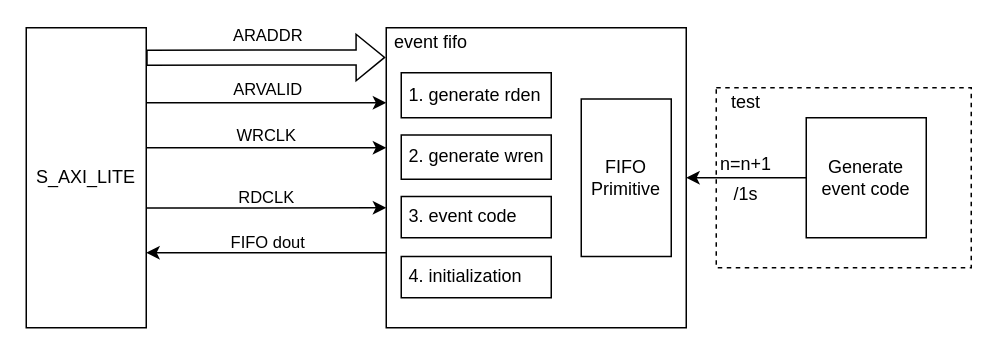
The draw.io diagram Untitled Diagram1.drawio in gitzhangzhao/Draw.io, before the edit. Source tidied: cells renumbered, new cells numbered last; positions are measured from the earlier drawing's top-left corner, leaving out a move shared by most shapes. Both pictures are drawn from the tidied source at 150%, with x=0, y=0 at pixel (26, 27).
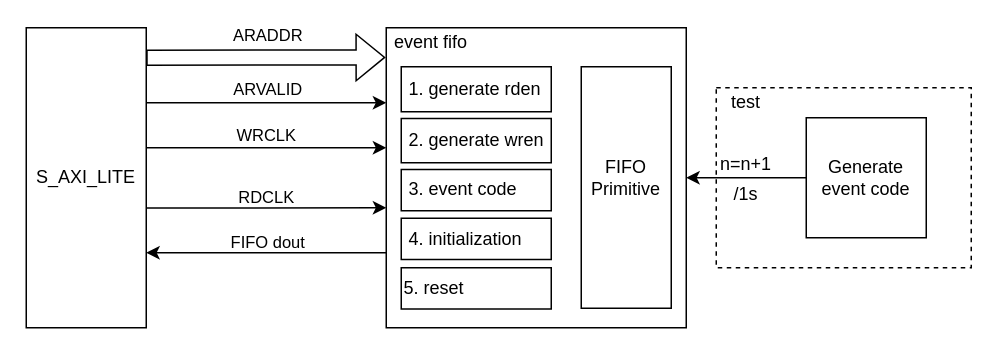
After the change.

Change to the diagram source:
```diff
@@
     <mxCell id="18" style="rounded=0;whiteSpace=wrap;html=1;fillColor=none;" parent="1" vertex="1">
-      <mxGeometry x="370" y="47.5" width="60" height="105" as="geometry" />
+      <mxGeometry x="370" y="26" width="60" height="161" as="geometry" />
     </mxCell>
@@
     <mxCell id="20" value="&amp;nbsp;1. generate rden" style="rounded=0;whiteSpace=wrap;html=1;fillColor=none;align=left;" parent="1" vertex="1">
-      <mxGeometry x="250" y="30" width="100" height="30" as="geometry" />
+      <mxGeometry x="250" y="26" width="100" height="30" as="geometry" />
     </mxCell>
     <mxCell id="21" value="&amp;nbsp;2. generate wren" style="rounded=0;whiteSpace=wrap;html=1;fillColor=none;align=left;" parent="1" vertex="1">
-      <mxGeometry x="250" y="71.5" width="100" height="29.5" as="geometry" />
+      <mxGeometry x="250" y="60.5" width="100" height="29.5" as="geometry" />
     </mxCell>
@@
     <mxCell id="24" value="&amp;nbsp;3. event code" style="rounded=0;whiteSpace=wrap;html=1;fillColor=none;align=left;" parent="1" vertex="1">
-      <mxGeometry x="250" y="112.5" width="100" height="27.5" as="geometry" />
+      <mxGeometry x="250" y="94.5" width="100" height="27.5" as="geometry" />
     </mxCell>
@@
     <mxCell id="26" value="&amp;nbsp;4. initialization" style="rounded=0;whiteSpace=wrap;html=1;fillColor=none;align=left;" parent="1" vertex="1">
-      <mxGeometry x="250" y="152.5" width="100" height="27.5" as="geometry" />
+      <mxGeometry x="250" y="127" width="100" height="27.5" as="geometry" />
     </mxCell>
+    <mxCell id="27" value="5. reset" style="rounded=0;whiteSpace=wrap;html=1;fillColor=none;align=left;" parent="1" vertex="1">
+      <mxGeometry x="250" y="160" width="100" height="27.5" as="geometry" />
+    </mxCell>
```
